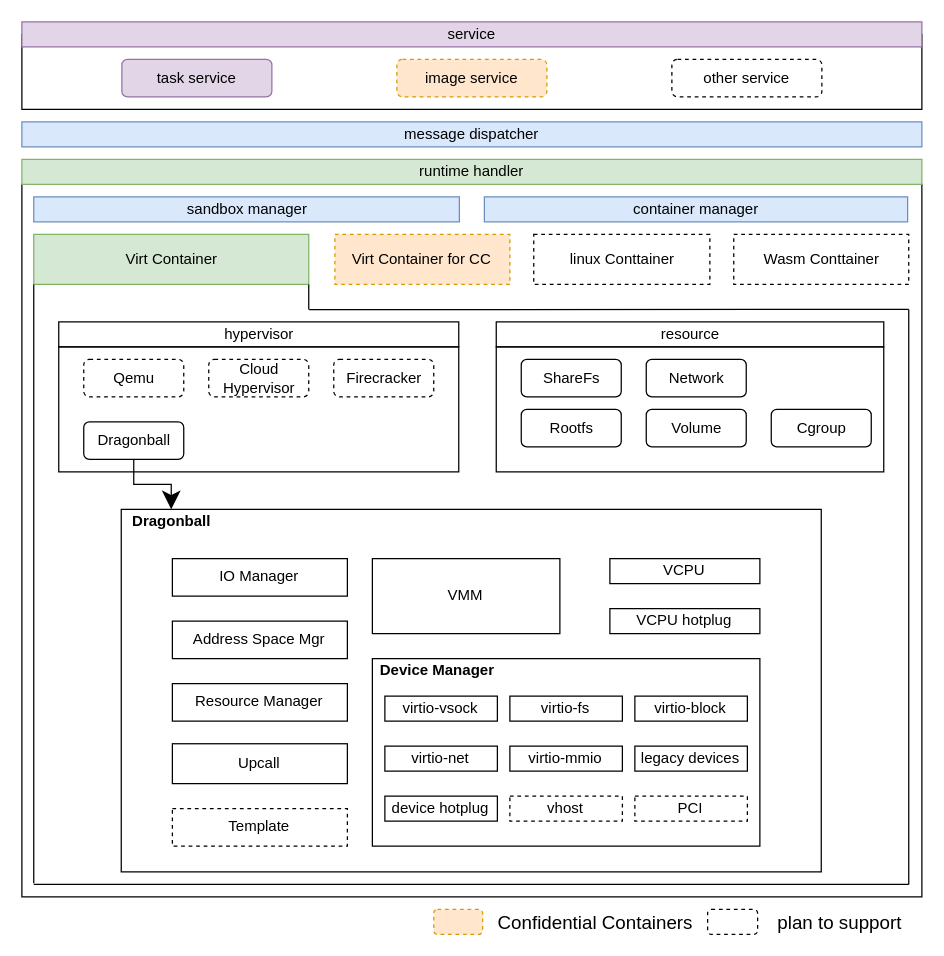
Earlier version of the draw.io diagram page "Architecture" (2 of 8) of docs/design/architecture_3.0/images/source_code/kata_3.0_images.drawio (kata-containers/kata-containers). Source tidied: cells renumbered, new cells numbered last; positions are measured from the earlier drawing's top-left corner, leaving out a move shared by most shapes. Both pictures are drawn from the tidied source at 125%, with x=0, y=0 at pixel (21, 21).
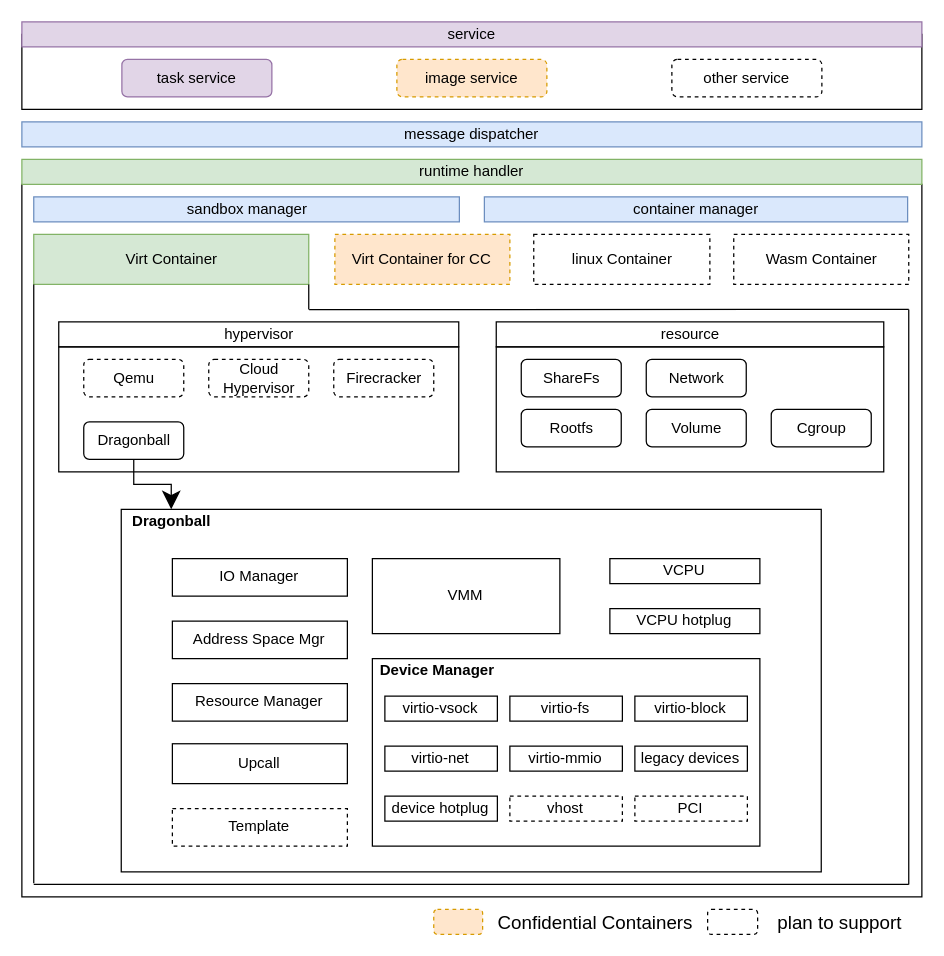
After the change.

Commit message (it also covers changes not shown here):
runtime-rs: fix design doc's typo

Fix docs/design/architecture_3.0's typo. Both source code and png.

Fixes: #4883

The edit, as a diff of the source:
```diff
@@
-    <mxCell id="9" value="Wasm Conttainer" style="rounded=0;whiteSpace=wrap;html=1;fillColor=none;dashed=1;" parent="1" vertex="1">
+    <mxCell id="9" value="Wasm Container" style="rounded=0;whiteSpace=wrap;html=1;fillColor=none;dashed=1;" parent="1" vertex="1">
       <mxGeometry x="569.5" y="170" width="140" height="40" as="geometry" />
     </mxCell>
@@
-    <mxCell id="26" value="linux Conttainer" style="rounded=0;whiteSpace=wrap;html=1;fillColor=none;dashed=1;" parent="1" vertex="1">
+    <mxCell id="26" value="linux Container" style="rounded=0;whiteSpace=wrap;html=1;fillColor=none;dashed=1;" parent="1" vertex="1">
       <mxGeometry x="409.5" y="170" width="140.9" height="40" as="geometry" />
     </mxCell>
```
